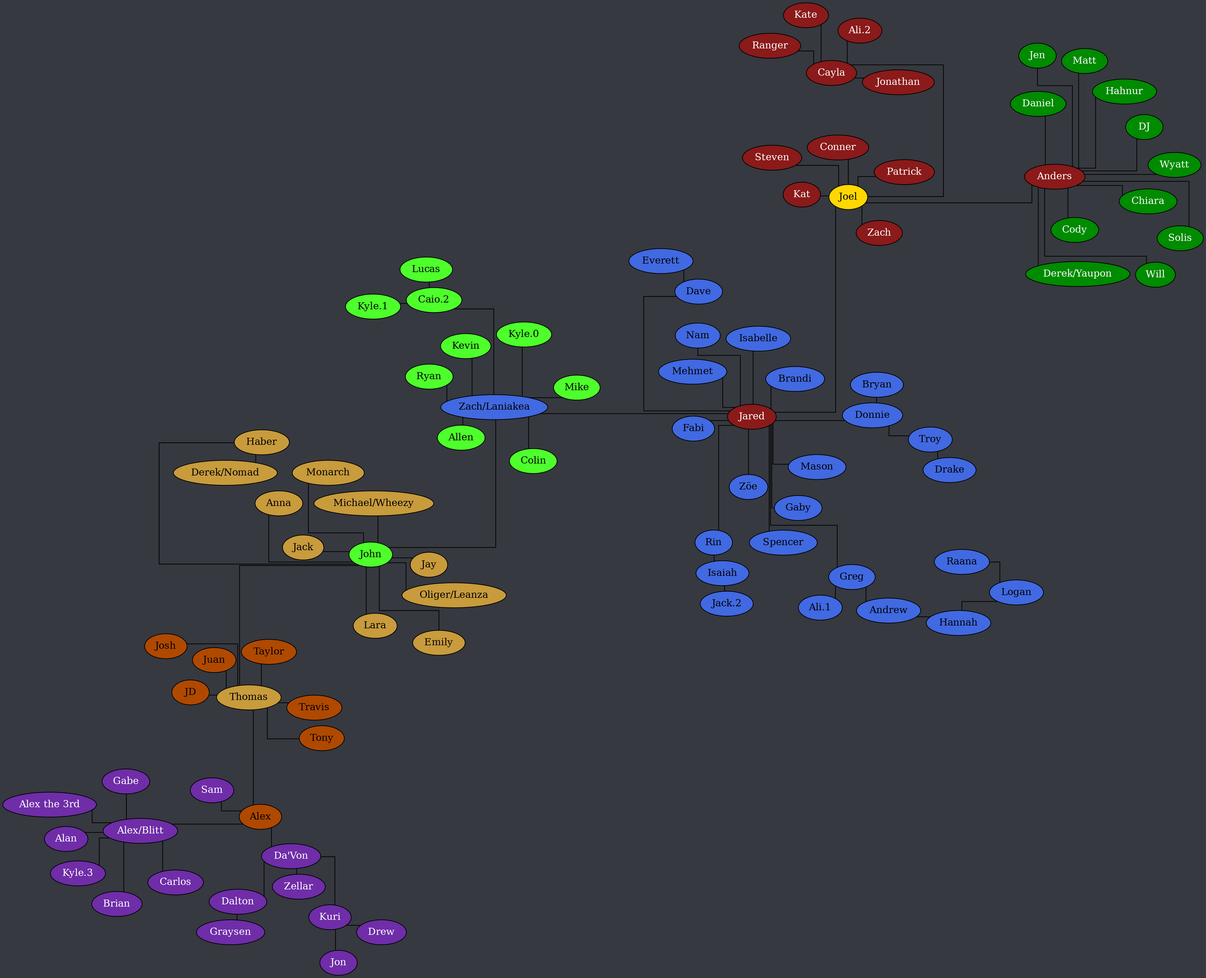
Earlier version of the Graphviz export tree.png (Documidas/CoronaCatzFamilyTree). Its source is kept beside it as tree.dot.
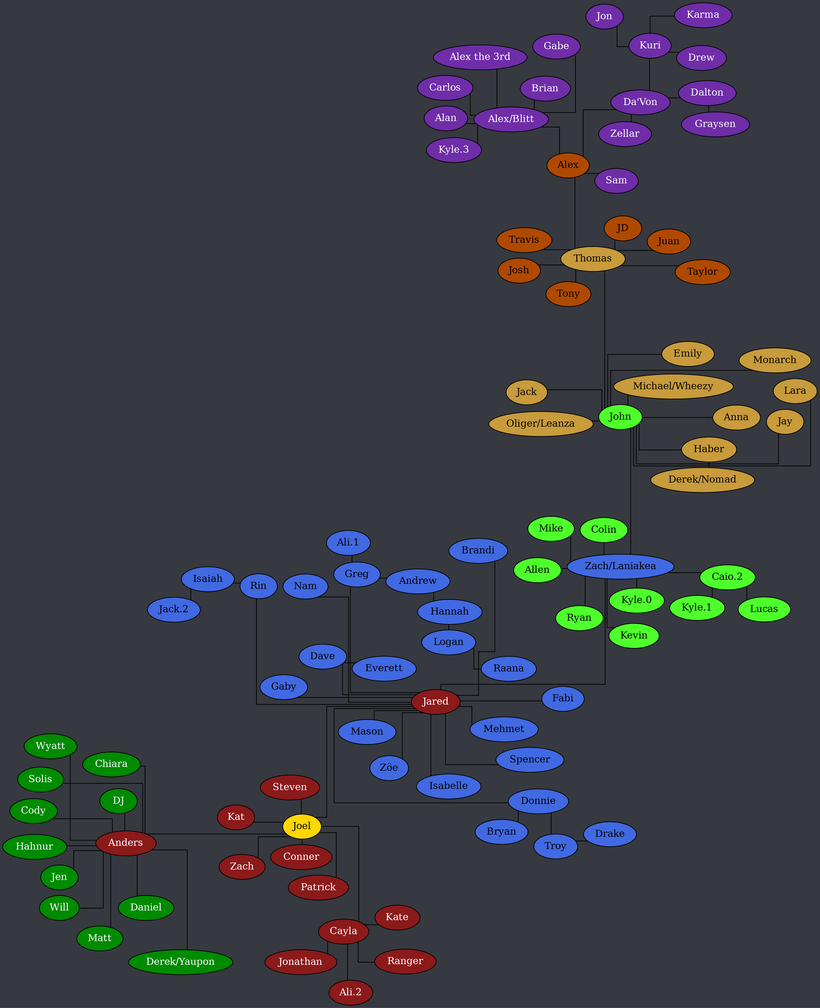
Above is the later version.

The edit, as a diff of the source:
```diff
@@ -141,5 +141,6 @@
 		Dalton -- Graysen;
 		Kuri -- Drew;
 		Kuri -- Jon;
+		Kuri -- Karma;
 	}
 }
```
